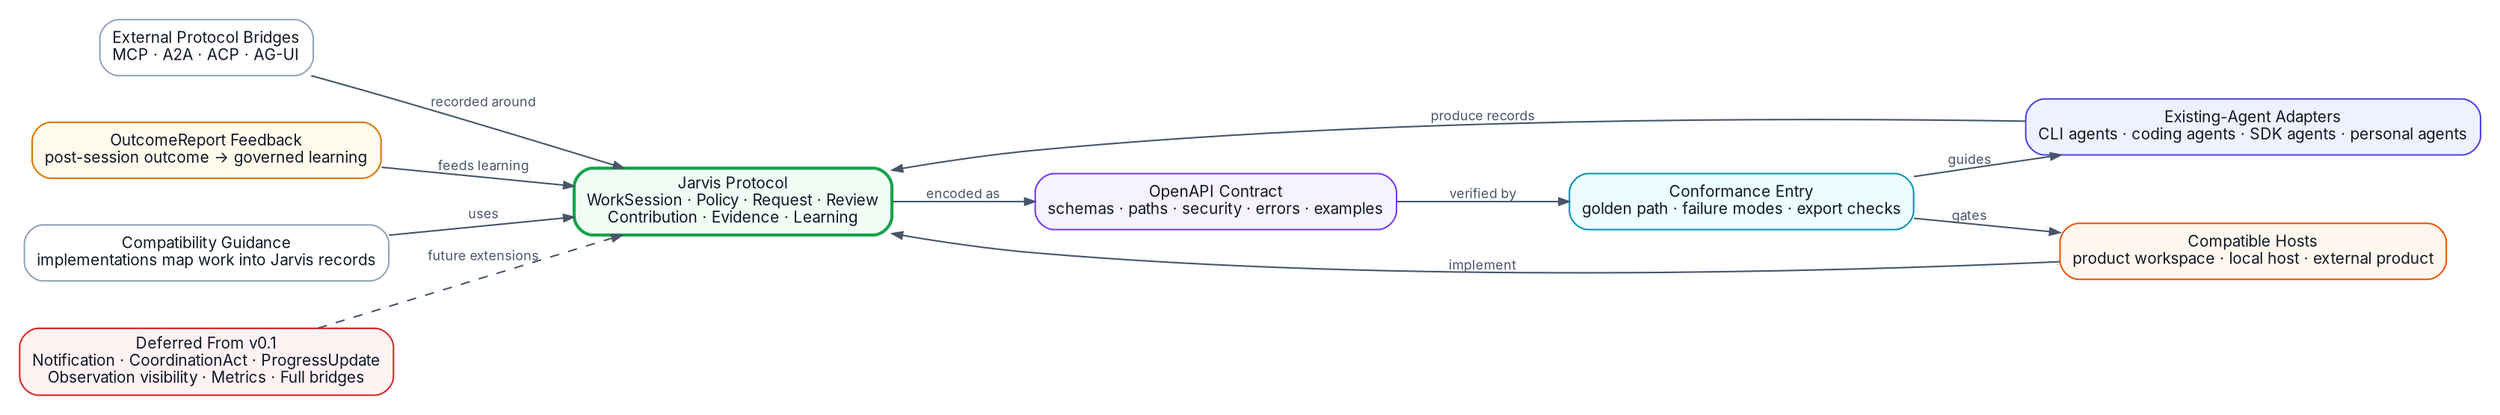
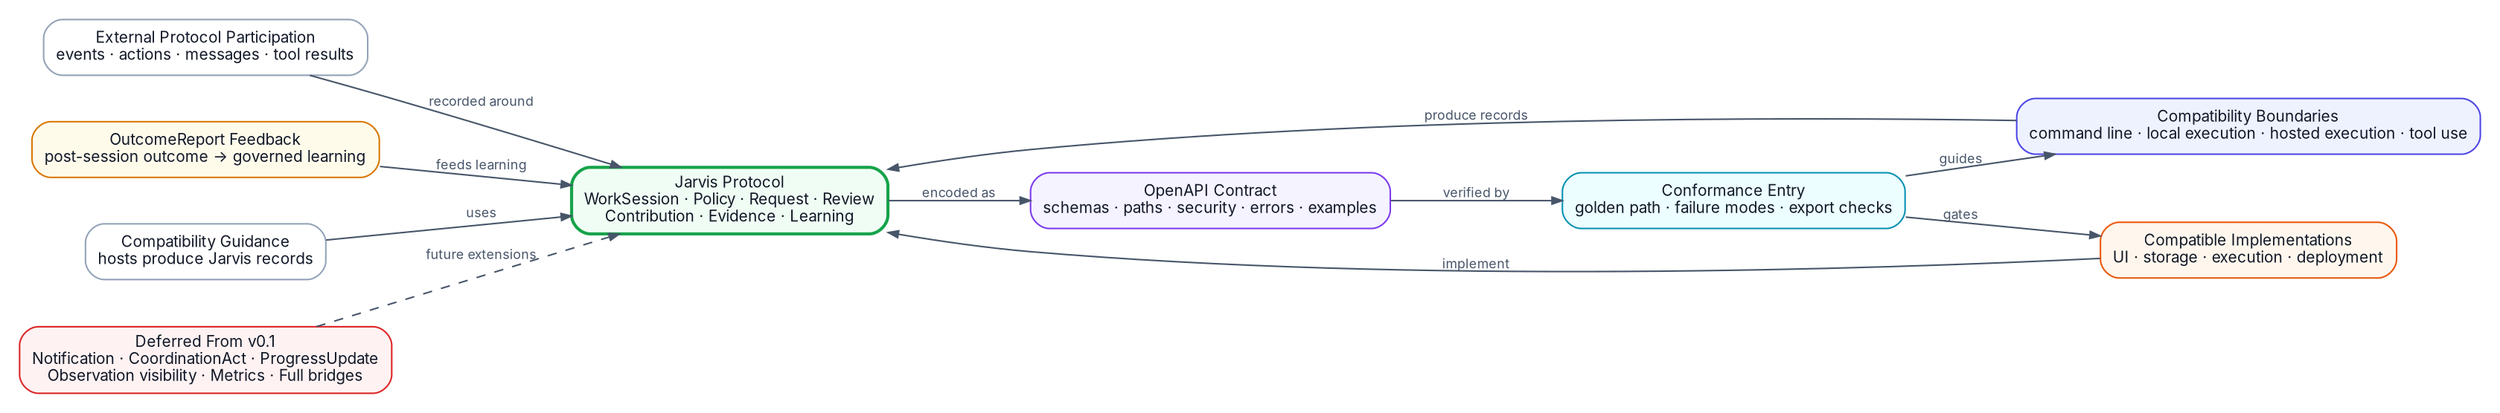
digraph G {
  graph [rankdir=LR, bgcolor="white", margin=0.12, nodesep=0.42, ranksep=0.6];
  node [shape=box, style="rounded,filled", fontname="Inter", fontsize=10, color="#94a3b8", fillcolor="#f8fafc", fontcolor="#111827", margin="0.11,0.07"];
  edge [fontname="Inter", fontsize=8.5, color="#475569", fontcolor="#475569", arrowsize=0.65];

  jarvis [label="Jarvis Protocol\nWorkSession · Policy · Request · Review\nContribution · Evidence · Learning", fillcolor="#f0fdf4", color="#16a34a", penwidth=2];
  openapi [label="OpenAPI Contract\nschemas · paths · security · errors · examples", fillcolor="#f5f3ff", color="#7c3aed"];
  conformance [label="Conformance Entry\ngolden path · failure modes · export checks", fillcolor="#ecfeff", color="#0891b2"];
-   adapters [label="Existing-Agent Adapters\nCLI agents · coding agents · SDK agents · personal agents", fillcolor="#eef2ff", color="#4f46e5"];
-   hosts [label="Compatible Hosts\nproduct workspace · local host · external product", fillcolor="#fff7ed", color="#ea580c"];
-   protocols [label="External Protocol Bridges\nMCP · A2A · ACP · AG-UI", fillcolor="#ffffff"];
+   adapters [label="Compatibility Boundaries\ncommand line · local execution · hosted execution · tool use", fillcolor="#eef2ff", color="#4f46e5"];
+   hosts [label="Compatible Implementations\nUI · storage · execution · deployment", fillcolor="#fff7ed", color="#ea580c"];
+   protocols [label="External Protocol Participation\nevents · actions · messages · tool results", fillcolor="#ffffff"];
  outcome [label="OutcomeReport Feedback\npost-session outcome -> governed learning", fillcolor="#fffbeb", color="#d97706"];
-   product [label="Compatibility Guidance\nimplementations map work into Jarvis records", fillcolor="#ffffff"];
+   guidance [label="Compatibility Guidance\nhosts produce Jarvis records", fillcolor="#ffffff"];
  deferred [label="Deferred From v0.1\nNotification · CoordinationAct · ProgressUpdate\nObservation visibility · Metrics · Full bridges", fillcolor="#fef2f2", color="#dc2626"];

  jarvis -> openapi [label="encoded as"];
  openapi -> conformance [label="verified by"];
  conformance -> adapters [label="guides"];
  conformance -> hosts [label="gates"];
  adapters -> jarvis [label="produce records"];
  hosts -> jarvis [label="implement"];
  protocols -> jarvis [label="recorded around"];
  outcome -> jarvis [label="feeds learning"];
-   product -> jarvis [label="uses"];
+   guidance -> jarvis [label="uses"];
  deferred -> jarvis [style=dashed, label="future extensions"];
}
